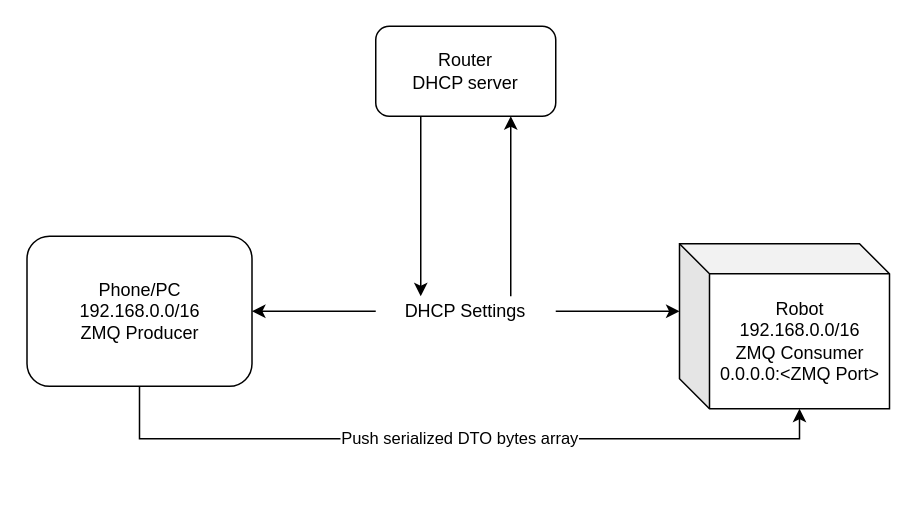
Before: schemes/communication.drawio in Seregamil/RoboticSimulation, a draw.io diagram. Source tidied: cells renumbered, new cells numbered last; positions are measured from the earlier drawing's top-left corner, leaving out a move shared by most shapes. Both pictures are drawn from the tidied source at 150%, with x=0, y=0 at pixel (26, 26).
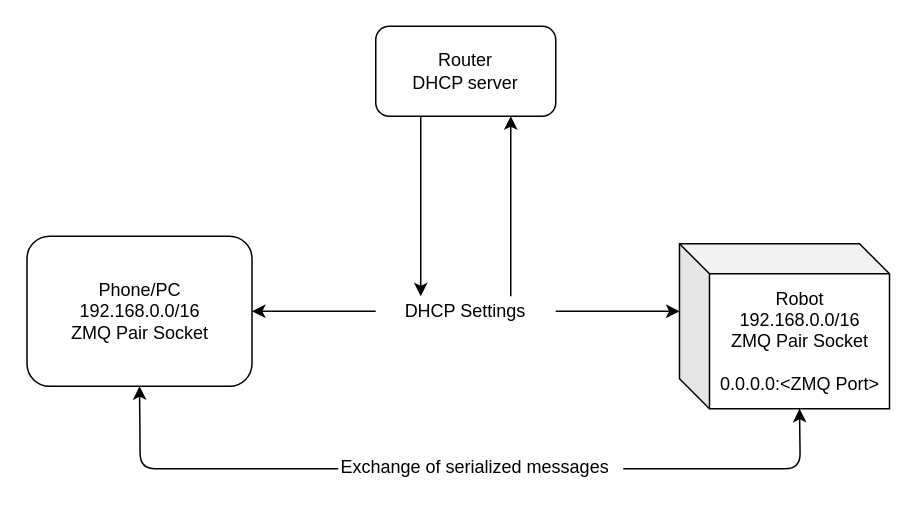
The same page after the edit.

The edit, as a diff of the source:
```diff
@@
 <mxGraphModel>
   <root>
     <mxCell id="0" />
     <mxCell id="1" parent="0" />
-    <mxCell id="2" value="Push serialized DTO bytes array" style="edgeStyle=orthogonalEdgeStyle;rounded=0;jettySize=auto;html=1;entryX=0;entryY=0;entryDx=80;entryDy=110;entryPerimeter=0;exitX=0.5;exitY=1;exitDx=0;exitDy=0;" parent="1" edge="1" source="3" target="6">
-      <mxGeometry relative="1" as="geometry" />
-    </mxCell>
-    <mxCell id="3" value="Phone/PC&lt;br&gt;192.168.0.0/16&lt;br&gt;ZMQ Producer" style="rounded=1;whiteSpace=wrap;html=1;" parent="1" vertex="1">
+    <mxCell id="3" value="Phone/PC&lt;br&gt;192.168.0.0/16&lt;br&gt;ZMQ Pair Socket" style="rounded=1;whiteSpace=wrap;html=1;" parent="1" vertex="1">
       <mxGeometry x="0.5" y="140" width="150" height="100" as="geometry" />
     </mxCell>
     <mxCell id="4" style="edgeStyle=orthogonalEdgeStyle;rounded=0;jettySize=auto;html=1;exitX=0.25;exitY=1;exitDx=0;exitDy=0;entryX=0.25;entryY=0;entryDx=0;entryDy=0;" parent="1" edge="1" source="5" target="10">
       <mxGeometry relative="1" as="geometry" />
     </mxCell>
     <mxCell id="5" value="Router&lt;br&gt;DHCP server" style="rounded=1;whiteSpace=wrap;html=1;" parent="1" vertex="1">
       <mxGeometry x="233" width="120" height="60" as="geometry" />
     </mxCell>
-    <mxCell id="6" value="Robot&lt;br&gt;192.168.0.0/16&lt;br&gt;ZMQ Consumer&lt;br&gt;0.0.0.0:&amp;lt;ZMQ Port&amp;gt;" style="shape=cube;whiteSpace=wrap;html=1;boundedLbl=1;backgroundOutline=1;darkOpacity=0.05;darkOpacity2=0.1;" parent="1" vertex="1">
+    <mxCell id="6" value="Robot&lt;br&gt;192.168.0.0/16&lt;br&gt;ZMQ Pair Socket&lt;br&gt;&lt;br&gt;0.0.0.0:&amp;lt;ZMQ Port&amp;gt;" style="shape=cube;whiteSpace=wrap;html=1;boundedLbl=1;backgroundOutline=1;darkOpacity=0.05;darkOpacity2=0.1;" parent="1" vertex="1">
       <mxGeometry x="435.5" y="145" width="140" height="110" as="geometry" />
     </mxCell>
     <mxCell id="7" style="edgeStyle=orthogonalEdgeStyle;rounded=0;jettySize=auto;html=1;entryX=1;entryY=0.5;entryDx=0;entryDy=0;" parent="1" edge="1" source="10" target="3">
       <mxGeometry relative="1" as="geometry" />
     </mxCell>
     <mxCell id="8" style="edgeStyle=orthogonalEdgeStyle;rounded=0;jettySize=auto;html=1;entryX=0;entryY=0;entryDx=0;entryDy=45;entryPerimeter=0;" parent="1" edge="1" source="10" target="6">
       <mxGeometry relative="1" as="geometry" />
     </mxCell>
     <mxCell id="9" style="edgeStyle=orthogonalEdgeStyle;rounded=0;jettySize=auto;html=1;exitX=0.75;exitY=0;exitDx=0;exitDy=0;entryX=0.75;entryY=1;entryDx=0;entryDy=0;" parent="1" edge="1" source="10" target="5">
       <mxGeometry relative="1" as="geometry" />
     </mxCell>
     <mxCell id="10" value="DHCP Settings" style="text;html=1;strokeColor=none;fillColor=none;align=center;verticalAlign=middle;whiteSpace=wrap;rounded=0;" parent="1" vertex="1">
       <mxGeometry x="233" y="180" width="120" height="20" as="geometry" />
     </mxCell>
+    <mxCell id="11" style="edgeStyle=none;html=1;entryX=0;entryY=0;entryDx=80;entryDy=110;entryPerimeter=0;exitX=1;exitY=0.5;exitDx=0;exitDy=0;" parent="1" edge="1" source="13" target="6">
+      <mxGeometry relative="1" as="geometry">
+        <Array as="points">
+          <mxPoint x="516" y="295" />
+        </Array>
+      </mxGeometry>
+    </mxCell>
+    <mxCell id="12" style="edgeStyle=none;html=1;exitX=0;exitY=0.5;exitDx=0;exitDy=0;entryX=0.5;entryY=1;entryDx=0;entryDy=0;" parent="1" edge="1" source="13" target="3">
+      <mxGeometry relative="1" as="geometry">
+        <Array as="points">
+          <mxPoint x="76" y="295" />
+        </Array>
+      </mxGeometry>
+    </mxCell>
+    <mxCell id="13" value="&lt;span style=&quot;background-color: initial;&quot;&gt;Exchange of serialized messages&lt;/span&gt;" style="text;whiteSpace=wrap;html=1;" parent="1" vertex="1">
+      <mxGeometry x="208" y="280" width="190" height="30" as="geometry" />
+    </mxCell>
   </root>
 </mxGraphModel>
```
